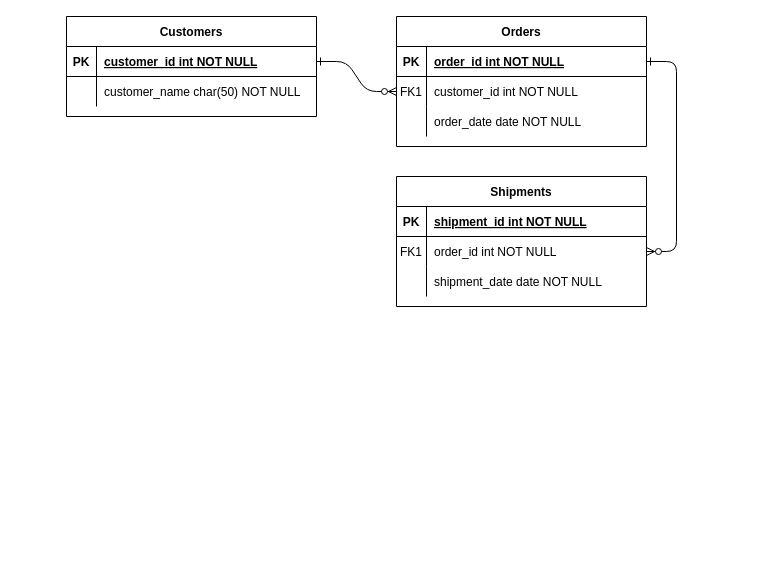
Earlier version of the draw.io diagram SQL/ERD-task.drawio (juanbonami/SQL-scripts). Source tidied: cells renumbered, new cells numbered last; positions are measured from the earlier drawing's top-left corner, leaving out a move shared by most shapes. Both pictures are drawn from the tidied source at 100%, with x=0, y=0 at pixel (66, 16).
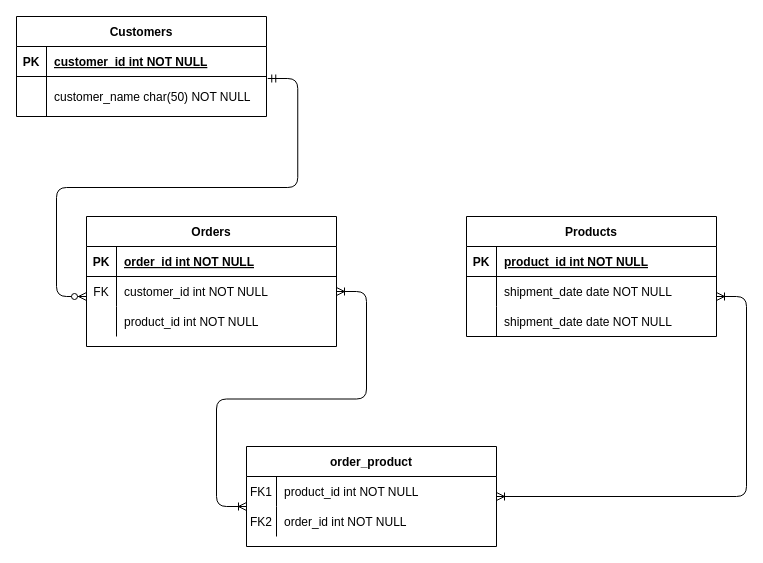
Above is the later version.

Unchanged cells that the change refers to:
```xml
<mxCell id="5" style="shape=partialRectangle;fillColor=none;points=[[0,0.5],[1,0.5]];portConstraint=eastwest;top=0;left=0;right=0;bottom=1;" parent="4" vertex="1">
  <mxGeometry y="30" width="250" height="30" as="geometry" />
</mxCell>
<mxCell id="8" style="shape=partialRectangle;fillColor=none;points=[[0,0.5],[1,0.5]];portConstraint=eastwest;top=0;left=0;right=0;bottom=0;" parent="4" vertex="1">
  <mxGeometry y="60" width="250" height="30" as="geometry" />
</mxCell>
<mxCell id="11" style="shape=partialRectangle;fillColor=none;top=0;left=0;right=0;bottom=0;" parent="4" vertex="1">
  <mxGeometry y="90" width="250" height="30" as="geometry" />
</mxCell>
<mxCell id="15" style="shape=partialRectangle;fillColor=none;top=0;left=0;right=0;bottom=1;" parent="14" vertex="1">
  <mxGeometry y="30" width="250" height="30" as="geometry" />
</mxCell>
<mxCell id="25" style="shape=partialRectangle;fillColor=none;points=[[0,0.5],[1,0.5]];portConstraint=eastwest;top=0;left=0;right=0;bottom=1;" parent="24" vertex="1">
  <mxGeometry y="30" width="250" height="30" as="geometry" />
</mxCell>
```

Change to the diagram source:
```diff
@@
-    <mxCell id="2" style="edgeStyle=entityRelationEdgeStyle;endArrow=ERzeroToMany;startArrow=ERone;endFill=1;startFill=0;" parent="1" edge="1" source="25" target="8">
-      <mxGeometry relative="1" as="geometry" />
-    </mxCell>
-    <mxCell id="3" style="edgeStyle=entityRelationEdgeStyle;endArrow=ERzeroToMany;startArrow=ERone;endFill=1;startFill=0;" parent="1" edge="1" source="5" target="18">
-      <mxGeometry relative="1" as="geometry" />
-    </mxCell>
     <mxCell id="4" value="Orders" style="shape=table;startSize=30;childLayout=tableLayout;rowLines=0;fontStyle=1;align=center;" parent="1" vertex="1">
-      <mxGeometry x="330" width="250" height="130" as="geometry" />
+      <mxGeometry x="20" y="200" width="250" height="130" as="geometry" />
     </mxCell>
@@
-    <mxCell id="9" value="FK1" style="shape=partialRectangle;overflow=hidden;fillColor=none;top=0;left=0;bottom=0;right=0;" parent="8" vertex="1">
+    <mxCell id="9" value="FK" style="shape=partialRectangle;overflow=hidden;fillColor=none;top=0;left=0;bottom=0;right=0;" parent="8" vertex="1">
       <mxGeometry width="30" height="30" as="geometry" />
     </mxCell>
@@
-    <mxCell id="13" value="order_date date NOT NULL" style="shape=partialRectangle;overflow=hidden;fillColor=none;top=0;left=0;bottom=0;right=0;align=left;spacingLeft=6;" parent="11" vertex="1">
+    <mxCell id="13" value="product_id int NOT NULL" style="shape=partialRectangle;overflow=hidden;fillColor=none;top=0;left=0;bottom=0;right=0;align=left;spacingLeft=6;" parent="11" vertex="1">
       <mxGeometry x="30" width="220" height="30" as="geometry" />
     </mxCell>
-    <mxCell id="14" value="Shipments" style="shape=table;startSize=30;childLayout=tableLayout;rowLines=0;fontStyle=1;align=center;" parent="1" vertex="1">
-      <mxGeometry x="330" y="160" width="250" height="130" as="geometry" />
+    <mxCell id="14" value="Products" style="shape=table;startSize=30;childLayout=tableLayout;rowLines=0;fontStyle=1;align=center;" parent="1" vertex="1">
+      <mxGeometry x="400" y="200" width="250" height="120" as="geometry" />
     </mxCell>
@@
-    <mxCell id="17" value="shipment_id int NOT NULL " style="shape=partialRectangle;overflow=hidden;fillColor=none;top=0;left=0;bottom=0;right=0;align=left;spacingLeft=6;fontStyle=5;" parent="15" vertex="1">
+    <mxCell id="17" value="product_id int NOT NULL" style="shape=partialRectangle;overflow=hidden;fillColor=none;top=0;left=0;bottom=0;right=0;align=left;spacingLeft=6;fontStyle=5;" parent="15" vertex="1">
       <mxGeometry x="30" width="220" height="30" as="geometry" />
     </mxCell>
-    <mxCell id="18" style="shape=partialRectangle;fillColor=none;points=[[0,0.5],[1,0.5]];portConstraint=eastwest;top=0;left=0;right=0;bottom=0;" parent="14" vertex="1">
-      <mxGeometry y="60" width="250" height="30" as="geometry" />
-    </mxCell>
-    <mxCell id="19" value="FK1" style="shape=partialRectangle;overflow=hidden;fillColor=none;top=0;left=0;bottom=0;right=0;" parent="18" vertex="1">
-      <mxGeometry width="30" height="30" as="geometry" />
-    </mxCell>
-    <mxCell id="20" value="order_id int NOT NULL" style="shape=partialRectangle;overflow=hidden;fillColor=none;top=0;left=0;bottom=0;right=0;align=left;spacingLeft=6;" parent="18" vertex="1">
-      <mxGeometry x="30" width="220" height="30" as="geometry" />
-    </mxCell>
     <mxCell id="21" style="shape=partialRectangle;fillColor=none;top=0;left=0;right=0;bottom=0;" parent="14" vertex="1">
-      <mxGeometry y="90" width="250" height="30" as="geometry" />
+      <mxGeometry y="60" width="250" height="30" as="geometry" />
     </mxCell>
@@
+    <mxCell id="31" style="shape=partialRectangle;fillColor=none;top=0;left=0;right=0;bottom=0;" parent="14" vertex="1">
+      <mxGeometry y="90" width="250" height="30" as="geometry" />
+    </mxCell>
+    <mxCell id="32" style="shape=partialRectangle;overflow=hidden;fillColor=none;top=0;left=0;bottom=0;right=0;" parent="31" vertex="1">
+      <mxGeometry width="30" height="30" as="geometry" />
+    </mxCell>
+    <mxCell id="33" value="shipment_date date NOT NULL" style="shape=partialRectangle;overflow=hidden;fillColor=none;top=0;left=0;bottom=0;right=0;align=left;spacingLeft=6;" parent="31" vertex="1">
+      <mxGeometry x="30" width="220" height="30" as="geometry" />
+    </mxCell>
     <mxCell id="24" value="Customers" style="shape=table;startSize=30;childLayout=tableLayout;rowLines=0;fontStyle=1;align=center;" parent="1" vertex="1">
-      <mxGeometry width="250" height="100" as="geometry" />
+      <mxGeometry x="-50" width="250" height="100" as="geometry" />
     </mxCell>
@@
     <mxCell id="28" style="shape=partialRectangle;fillColor=none;points=[[0,0.5],[1,0.5]];portConstraint=eastwest;top=0;left=0;right=0;bottom=0;" parent="24" vertex="1">
-      <mxGeometry y="60" width="250" height="30" as="geometry" />
+      <mxGeometry y="60" width="250" height="40" as="geometry" />
     </mxCell>
     <mxCell id="29" style="shape=partialRectangle;overflow=hidden;fillColor=none;top=0;left=0;bottom=0;right=0;" parent="28" vertex="1">
-      <mxGeometry width="30" height="30" as="geometry" />
+      <mxGeometry width="30" height="40" as="geometry" />
     </mxCell>
     <mxCell id="30" value="customer_name char(50) NOT NULL" style="shape=partialRectangle;overflow=hidden;fillColor=none;top=0;left=0;bottom=0;right=0;align=left;spacingLeft=6;" parent="28" vertex="1">
-      <mxGeometry x="30" width="220" height="30" as="geometry" />
+      <mxGeometry x="30" width="220" height="40" as="geometry" />
     </mxCell>
+    <mxCell id="34" style="edgeStyle=entityRelationEdgeStyle;fontSize=12;html=1;endArrow=ERzeroToMany;startArrow=ERmandOne;exitX=1.005;exitY=0.05;exitDx=0;exitDy=0;exitPerimeter=0;" parent="1" edge="1" source="28">
+      <mxGeometry relative="1" as="geometry">
+        <mxPoint x="20" y="280" as="targetPoint" />
+      </mxGeometry>
+    </mxCell>
+    <mxCell id="35" value="order_product" style="shape=table;startSize=30;childLayout=tableLayout;rowLines=0;fontStyle=1;align=center;" parent="1" vertex="1">
+      <mxGeometry x="180" y="430" width="250" height="100" as="geometry" />
+    </mxCell>
+    <mxCell id="36" style="shape=partialRectangle;fillColor=none;top=0;left=0;right=0;bottom=0;" parent="35" vertex="1">
+      <mxGeometry y="30" width="250" height="30" as="geometry" />
+    </mxCell>
+    <mxCell id="19" value="FK1" style="shape=partialRectangle;overflow=hidden;fillColor=none;top=0;left=0;bottom=0;right=0;" parent="36" vertex="1">
+      <mxGeometry width="30" height="30" as="geometry" />
+    </mxCell>
+    <mxCell id="37" value="product_id int NOT NULL" style="shape=partialRectangle;overflow=hidden;fillColor=none;top=0;left=0;bottom=0;right=0;align=left;spacingLeft=6;" parent="36" vertex="1">
+      <mxGeometry x="30" width="220" height="30" as="geometry" />
+    </mxCell>
+    <mxCell id="18" style="shape=partialRectangle;fillColor=none;points=[[0,0.5],[1,0.5]];portConstraint=eastwest;top=0;left=0;right=0;bottom=0;" parent="35" vertex="1">
+      <mxGeometry y="60" width="250" height="30" as="geometry" />
+    </mxCell>
+    <mxCell id="38" value="FK2" style="shape=partialRectangle;overflow=hidden;fillColor=none;top=0;left=0;bottom=0;right=0;" parent="18" vertex="1">
+      <mxGeometry width="30" height="30" as="geometry" />
+    </mxCell>
+    <mxCell id="20" value="order_id int NOT NULL" style="shape=partialRectangle;overflow=hidden;fillColor=none;top=0;left=0;bottom=0;right=0;align=left;spacingLeft=6;" parent="18" vertex="1">
+      <mxGeometry x="30" width="220" height="30" as="geometry" />
+    </mxCell>
+    <mxCell id="39" style="edgeStyle=entityRelationEdgeStyle;fontSize=12;html=1;endArrow=ERoneToMany;startArrow=ERoneToMany;" parent="1" edge="1" source="8">
+      <mxGeometry relative="1" as="geometry">
+        <mxPoint x="180" y="490" as="targetPoint" />
+      </mxGeometry>
+    </mxCell>
+    <mxCell id="40" style="edgeStyle=entityRelationEdgeStyle;fontSize=12;html=1;endArrow=ERoneToMany;startArrow=ERoneToMany;entryX=1;entryY=0.5;entryDx=0;entryDy=0;" parent="1" edge="1" target="35">
+      <mxGeometry relative="1" as="geometry">
+        <mxPoint x="650" y="280" as="sourcePoint" />
+      </mxGeometry>
+    </mxCell>
```
